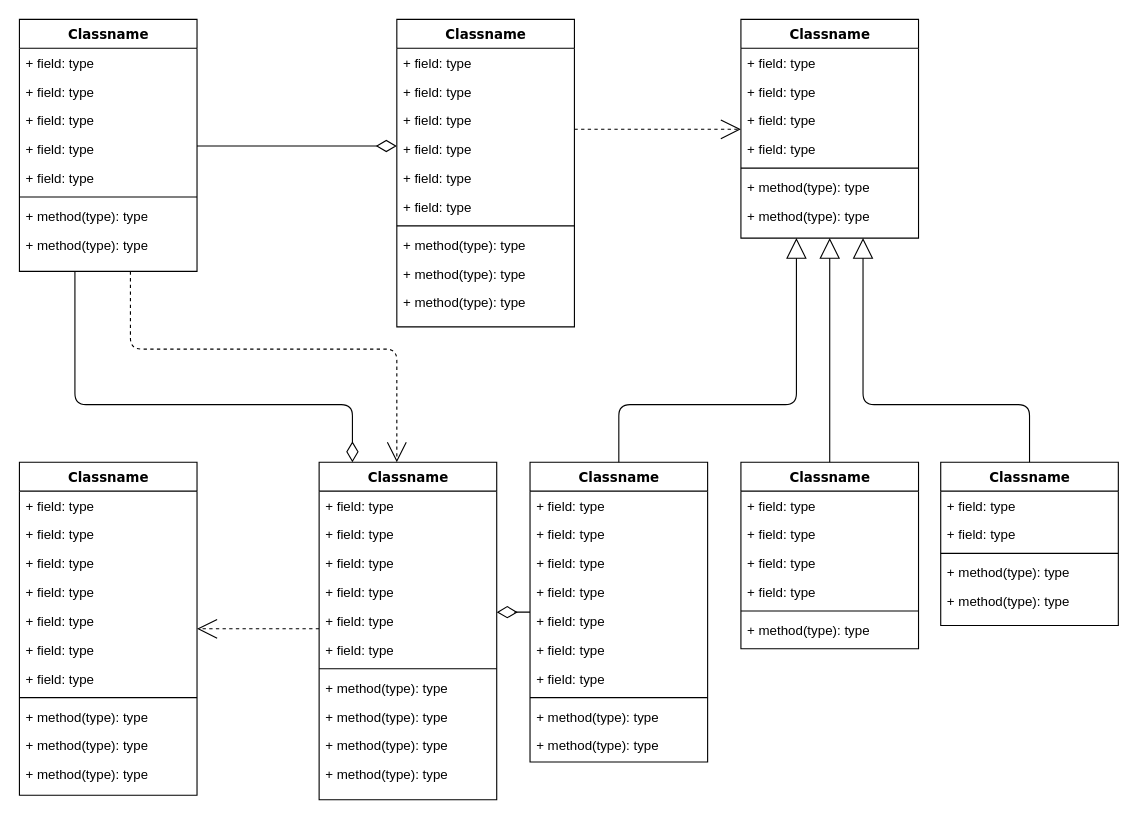
The draw.io diagram Untitled Diagram.drawio in Adrien-bot/Biostat-BDD, before the edit. Source tidied: cells renumbered, new cells numbered last; positions are measured from the earlier drawing's top-left corner, leaving out a move shared by most shapes. Both pictures are drawn from the tidied source at 111%, with x=0, y=0 at pixel (19, 19).
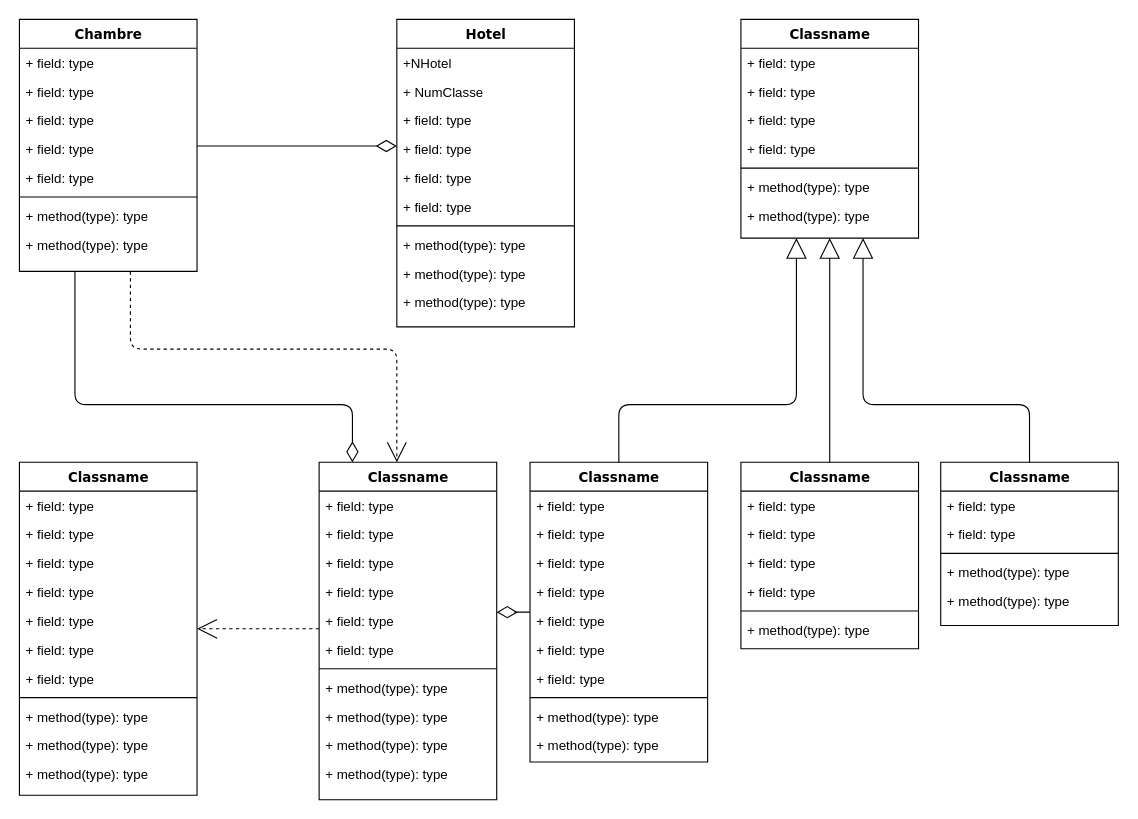
After the change.

The change refers to these unchanged cells:
```xml
<mxCell id="25" value="Classname" style="swimlane;html=1;fontStyle=1;align=center;verticalAlign=top;horizontal=1;startSize=26;swimlaneFillColor=#ffffff;rounded=0;shadow=0;comic=0;labelBackgroundColor=none;strokeWidth=1;fillColor=none;fontFamily=Verdana;fontSize=12;" parent="1" vertex="1">
  <mxGeometry x="650" width="160" height="197" as="geometry" />
</mxCell>
```

The edit, as a diff of the source:
```diff
@@
-    <mxCell id="4" value="Classname" style="swimlane;html=1;fontStyle=1;align=center;verticalAlign=top;horizontal=1;startSize=26;swimlaneFillColor=#ffffff;rounded=0;shadow=0;comic=0;labelBackgroundColor=none;strokeWidth=1;fillColor=none;fontFamily=Verdana;fontSize=12;" parent="1" vertex="1">
+    <mxCell id="4" value="Chambre" style="swimlane;html=1;fontStyle=1;align=center;verticalAlign=top;horizontal=1;startSize=26;swimlaneFillColor=#ffffff;rounded=0;shadow=0;comic=0;labelBackgroundColor=none;strokeWidth=1;fillColor=none;fontFamily=Verdana;fontSize=12;" parent="1" vertex="1">
       <mxGeometry width="160" height="227" as="geometry" />
     </mxCell>
@@
-    <mxCell id="13" style="edgeStyle=elbowEdgeStyle;html=1;labelBackgroundColor=none;startFill=0;startSize=8;endArrow=open;endFill=0;endSize=16;fontFamily=Verdana;fontSize=12;elbow=vertical;dashed=1;" parent="1" edge="1" source="14" target="25">
-      <mxGeometry relative="1" as="geometry" />
-    </mxCell>
-    <mxCell id="14" value="Classname" style="swimlane;html=1;fontStyle=1;align=center;verticalAlign=top;horizontal=1;startSize=26;swimlaneFillColor=#ffffff;rounded=0;shadow=0;comic=0;labelBackgroundColor=none;strokeWidth=1;fillColor=none;fontFamily=Verdana;fontSize=12;" parent="1" vertex="1">
+    <mxCell id="14" value="Hotel" style="swimlane;html=1;fontStyle=1;align=center;verticalAlign=top;horizontal=1;startSize=26;swimlaneFillColor=#ffffff;rounded=0;shadow=0;comic=0;labelBackgroundColor=none;strokeWidth=1;fillColor=none;fontFamily=Verdana;fontSize=12;" parent="1" vertex="1">
       <mxGeometry x="340" width="160" height="277" as="geometry" />
     </mxCell>
-    <mxCell id="15" value="+ field: type" style="text;html=1;strokeColor=none;fillColor=none;align=left;verticalAlign=top;spacingLeft=4;spacingRight=4;whiteSpace=wrap;overflow=hidden;" parent="14" vertex="1">
+    <mxCell id="15" value="+NHotel" style="text;html=1;strokeColor=none;fillColor=none;align=left;verticalAlign=top;spacingLeft=4;spacingRight=4;whiteSpace=wrap;overflow=hidden;" parent="14" vertex="1">
       <mxGeometry y="26" width="160" height="26" as="geometry" />
     </mxCell>
-    <mxCell id="16" value="+ field: type" style="text;html=1;strokeColor=none;fillColor=none;align=left;verticalAlign=top;spacingLeft=4;spacingRight=4;whiteSpace=wrap;overflow=hidden;" parent="14" vertex="1">
+    <mxCell id="16" value="+ NumClasse" style="text;html=1;strokeColor=none;fillColor=none;align=left;verticalAlign=top;spacingLeft=4;spacingRight=4;whiteSpace=wrap;overflow=hidden;" parent="14" vertex="1">
       <mxGeometry y="52" width="160" height="26" as="geometry" />
     </mxCell>
```
